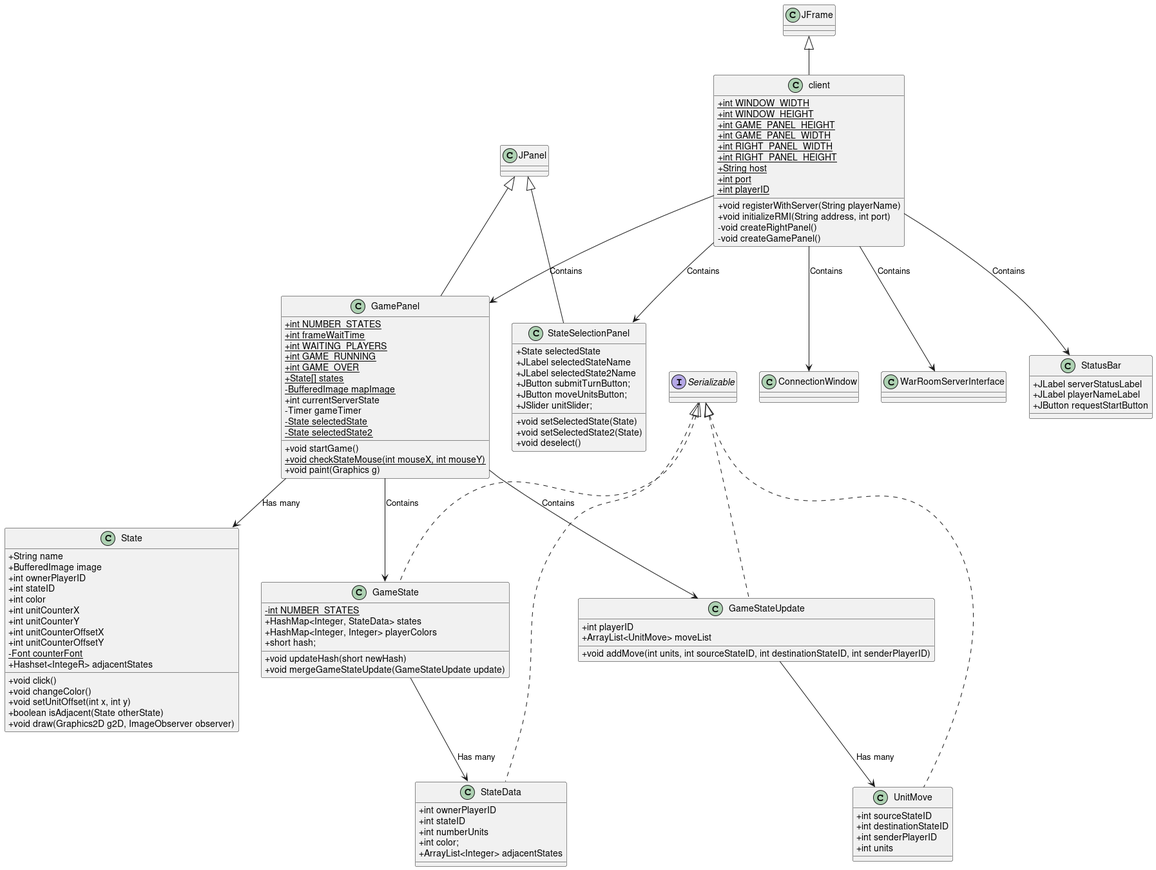
Earlier version of the PlantUML export documentation/clientUML.png (IsaacAmann/CS412-Group-Project). The source it was exported from:
```plantuml
@startuml
skinparam classAttributeIconSize 0

class client extends JFrame
{
	+{static} int WINDOW_WIDTH
	+{static} int WINDOW_HEIGHT
	+{static} int GAME_PANEL_HEIGHT
	+{static} int GAME_PANEL_WIDTH
	+{static} int RIGHT_PANEL_WIDTH
	+{static} int RIGHT_PANEL_HEIGHT
	+{static} String host
	+{static} int port
	+{static} int playerID

	+void registerWithServer(String playerName)
	+void initializeRMI(String address, int port)
	-void createRightPanel()
	-void createGamePanel()

}

class StateSelectionPanel extends JPanel
{
	+State selectedState
	+JLabel selectedStateName
	+JLabel selectedState2Name
	+JButton submitTurnButton;
	+JButton moveUnitsButton;
	+JSlider unitSlider;

	+void setSelectedState(State)
	+void setSelectedState2(State)
	+void deselect()

}

class GamePanel extends JPanel
{
	+{static} int NUMBER_STATES
	+{static} int frameWaitTime
	+{static} int WAITING_PLAYERS
	+{static} int GAME_RUNNING
	+{static} int GAME_OVER
	+{static} State[] states
	-{static} BufferedImage mapImage
	+int currentServerState
	-Timer gameTimer
	-{static} State selectedState
	-{static} State selectedState2

	+void startGame()
	+{static} void checkStateMouse(int mouseX, int mouseY)
	+void paint(Graphics g)
}

class StatusBar
{
	+JLabel serverStatusLabel
	+JLabel playerNameLabel
	+JButton requestStartButton
}

class State
{
	+String name
	+BufferedImage image
	+int ownerPlayerID
	+int stateID
	+int color
	+int unitCounterX
	+int unitCounterY
	+int unitCounterOffsetX
	+int unitCounterOffsetY
	-{static} Font counterFont
	+Hashset<IntegeR> adjacentStates

	+void click()
	+void changeColor()
	+void setUnitOffset(int x, int y)
	+boolean isAdjacent(State otherState)
	+void draw(Graphics2D g2D, ImageObserver observer)
}

class GameState implements Serializable
{
	-{static} int NUMBER_STATES
	+HashMap<Integer, StateData> states
	+HashMap<Integer, Integer> playerColors
	+short hash;

	+void updateHash(short newHash)
	+void mergeGameStateUpdate(GameStateUpdate update)

}

class StateData implements Serializable
{
	+int ownerPlayerID
	+int stateID
	+int numberUnits
	+int color;
	+ArrayList<Integer> adjacentStates
}

class GameStateUpdate implements Serializable
{
	+int playerID
	+ArrayList<UnitMove> moveList

	+void addMove(int units, int sourceStateID, int destinationStateID, int senderPlayerID)

}

class UnitMove implements Serializable
{
	+int sourceStateID
	+int destinationStateID
	+int senderPlayerID
	+int units
}

client --> StateSelectionPanel: Contains
client --> GamePanel: Contains
client --> ConnectionWindow: Contains
client --> StatusBar: Contains
client --> WarRoomServerInterface: Contains

GamePanel --> State: Has many
GamePanel --> GameState: Contains
GamePanel --> GameStateUpdate: Contains

GameState --> StateData: Has many

GameStateUpdate --> UnitMove: Has many
@enduml
```
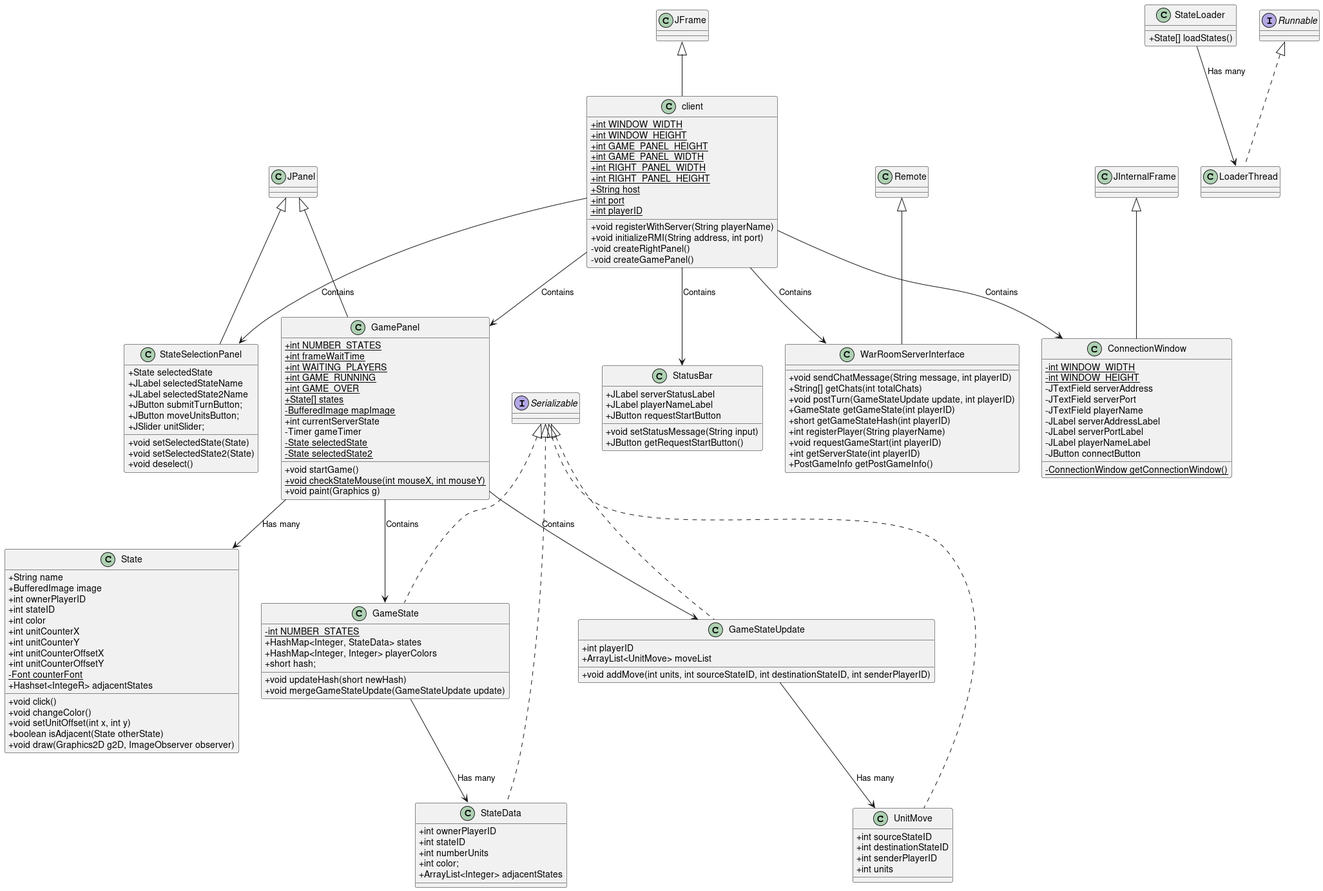
After the commit.

Commit message:
Updated class diagrams

Diff of the diagram source:
```diff
@@ -59,6 +59,38 @@
 	+JLabel serverStatusLabel
 	+JLabel playerNameLabel
 	+JButton requestStartButton
+
+	+void setStatusMessage(String input)
+	+JButton getRequestStartButton()
+}
+
+class ConnectionWindow extends JInternalFrame
+{
+	-{static} int WINDOW_WIDTH
+	-{static} int WINDOW_HEIGHT
+	-JTextField serverAddress
+	-JTextField serverPort
+	-JTextField playerName
+	-JLabel serverAddressLabel
+	-JLabel serverPortLabel
+	-JLabel playerNameLabel
+	-JButton connectButton
+
+	-{static} ConnectionWindow getConnectionWindow()
+
+}
+
+class WarRoomServerInterface extends Remote
+{
+	+void sendChatMessage(String message, int playerID)
+	+String[] getChats(int totalChats)
+	+void postTurn(GameStateUpdate update, int playerID)
+	+GameState getGameState(int playerID)
+	+short getGameStateHash(int playerID)
+	+int registerPlayer(String playerName)
+	+void requestGameStart(int playerID)
+	+int getServerState(int playerID)
+	+PostGameInfo getPostGameInfo()
 }
 
 class State
@@ -120,6 +152,16 @@
 	+int units
 }
 
+class StateLoader
+{
+	+State[] loadStates()
+}
+
+class LoaderThread implements Runnable
+{
+
+}
+
 client --> StateSelectionPanel: Contains
 client --> GamePanel: Contains
 client --> ConnectionWindow: Contains
@@ -133,4 +175,6 @@
 GameState --> StateData: Has many
 
 GameStateUpdate --> UnitMove: Has many
+
+StateLoader --> LoaderThread: Has many
 @enduml
```
